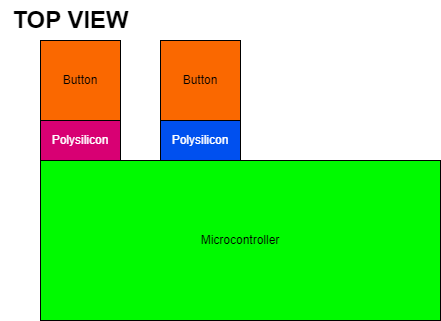
Earlier version of the draw.io export Microcontroller_Plan.drawio.png (JayceP3n/ImaginePochi-s-WoS-Documentation). Source tidied: cells renumbered, new cells last; positions are measured from the earlier drawing's top-left corner, leaving out a move shared by most shapes.
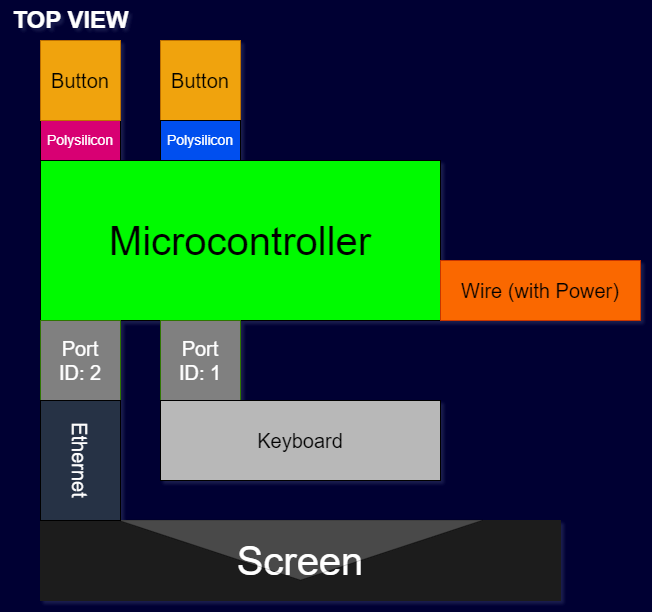
After the change.

The edit, as a diff of the source:
```diff
@@ -1,24 +1,45 @@
-<mxGraphModel>
+<mxGraphModel background="#000033" shadow="1">
   <root>
     <mxCell id="0" />
     <mxCell id="1" parent="0" />
-    <mxCell id="2" value="Microcontroller" style="rounded=0;whiteSpace=wrap;html=1;fillColor=#00FA00;labelBorderColor=none;strokeColor=#000000;" parent="1" vertex="1">
+    <mxCell id="2" value="Microcontroller" style="rounded=0;whiteSpace=wrap;html=1;fillColor=#00FA00;labelBorderColor=none;strokeColor=#000000;fontSize=40;" parent="1" vertex="1">
       <mxGeometry x="40" y="160" width="400" height="160" as="geometry" />
     </mxCell>
-    <mxCell id="3" value="Polysilicon" style="rounded=0;whiteSpace=wrap;html=1;fillColor=#d80073;strokeColor=#000000;fontColor=#ffffff;fontSize=12;labelBorderColor=none;" parent="1" vertex="1">
+    <mxCell id="3" value="Polysilicon" style="rounded=0;whiteSpace=wrap;html=1;fillColor=#d80073;strokeColor=#000000;fontColor=#ffffff;fontSize=14;labelBorderColor=none;fontStyle=0;" parent="1" vertex="1">
       <mxGeometry x="40" y="120" width="80" height="40" as="geometry" />
     </mxCell>
-    <mxCell id="4" value="Button" style="rounded=0;whiteSpace=wrap;html=1;fillColor=#fa6800;fontColor=#000000;strokeColor=#000000;labelBorderColor=none;" parent="1" vertex="1">
+    <mxCell id="4" value="Button" style="rounded=0;whiteSpace=wrap;html=1;fillColor=#f0a30a;fontColor=#000000;strokeColor=#BD7000;labelBorderColor=none;fontSize=20;" parent="1" vertex="1">
       <mxGeometry x="160" y="40" width="80" height="80" as="geometry" />
     </mxCell>
-    <mxCell id="5" value="Button" style="rounded=0;whiteSpace=wrap;html=1;fillColor=#fa6800;fontColor=#000000;strokeColor=#000000;labelBorderColor=none;" parent="1" vertex="1">
+    <mxCell id="5" value="Button" style="rounded=0;whiteSpace=wrap;html=1;fillColor=#f0a30a;fontColor=#000000;strokeColor=#BD7000;labelBorderColor=none;fontSize=20;" parent="1" vertex="1">
       <mxGeometry x="40" y="40" width="80" height="80" as="geometry" />
     </mxCell>
-    <mxCell id="6" value="Polysilicon" style="rounded=0;whiteSpace=wrap;html=1;fillColor=#0050ef;strokeColor=#000000;fontColor=#ffffff;fontSize=12;labelBorderColor=none;" parent="1" vertex="1">
+    <mxCell id="6" value="Polysilicon" style="rounded=0;whiteSpace=wrap;html=1;fillColor=#0050ef;strokeColor=#000000;fontColor=#ffffff;fontSize=14;labelBorderColor=none;fontStyle=0;" parent="1" vertex="1">
       <mxGeometry x="160" y="120" width="80" height="40" as="geometry" />
     </mxCell>
-    <mxCell id="7" value="&lt;b&gt;&lt;font style=&quot;font-size: 24px;&quot;&gt;TOP VIEW&lt;/font&gt;&lt;/b&gt;" style="text;html=1;align=center;verticalAlign=middle;strokeColor=none;fillColor=none;" parent="1" vertex="1">
+    <mxCell id="7" value="&lt;b&gt;&lt;font color=&quot;#ffffff&quot; style=&quot;font-size: 24px;&quot;&gt;TOP VIEW&lt;/font&gt;&lt;/b&gt;" style="text;html=1;align=center;verticalAlign=middle;strokeColor=none;fillColor=none;" parent="1" vertex="1">
       <mxGeometry width="140" height="40" as="geometry" />
     </mxCell>
+    <mxCell id="8" value="Wire (with Power)" style="rounded=0;whiteSpace=wrap;html=1;fillColor=#fa6800;fontColor=#000000;strokeColor=#C73500;fontSize=20;" parent="1" vertex="1">
+      <mxGeometry x="440" y="260" width="200" height="60" as="geometry" />
+    </mxCell>
+    <mxCell id="9" value="Port&lt;div style=&quot;font-size: 20px;&quot;&gt;ID: 1&lt;/div&gt;" style="rounded=0;whiteSpace=wrap;html=1;fillColor=#808080;strokeColor=#2D7600;fontColor=#ffffff;fontSize=20;" parent="1" vertex="1">
+      <mxGeometry x="160" y="320" width="80" height="80" as="geometry" />
+    </mxCell>
+    <mxCell id="10" value="Port&lt;div style=&quot;font-size: 20px;&quot;&gt;ID: 2&lt;/div&gt;" style="rounded=0;whiteSpace=wrap;html=1;fillColor=#808080;strokeColor=#2D7600;fontColor=#ffffff;fontSize=20;" parent="1" vertex="1">
+      <mxGeometry x="40" y="320" width="80" height="80" as="geometry" />
+    </mxCell>
+    <mxCell id="11" value="&lt;font style=&quot;font-size: 40px;&quot; color=&quot;#ffffff&quot;&gt;Screen&lt;/font&gt;" style="rounded=0;whiteSpace=wrap;html=1;fontColor=#1A1A1A;strokeColor=#1A1A1A;fillColor=#1A1A1A;" parent="1" vertex="1">
+      <mxGeometry x="40" y="520" width="520" height="80" as="geometry" />
+    </mxCell>
+    <mxCell id="12" style="triangle;whiteSpace=wrap;html=1;rotation=90;opacity=20;" parent="1" vertex="1">
+      <mxGeometry x="270" y="367" width="60" height="365" as="geometry" />
+    </mxCell>
+    <mxCell id="13" value="Ethernet" style="rounded=0;whiteSpace=wrap;html=1;rotation=90;fillColor=#273345;fontColor=#FFFFFF;fontSize=20;" parent="1" vertex="1">
+      <mxGeometry x="20" y="420" width="120" height="80" as="geometry" />
+    </mxCell>
+    <mxCell id="14" value="&lt;font style=&quot;font-size: 20px;&quot;&gt;Keyboard&lt;/font&gt;" style="rounded=0;whiteSpace=wrap;html=1;fontColor=#000000;fillColor=#B8B8B8;" parent="1" vertex="1">
+      <mxGeometry x="160" y="400" width="280" height="80" as="geometry" />
+    </mxCell>
   </root>
 </mxGraphModel>
```
